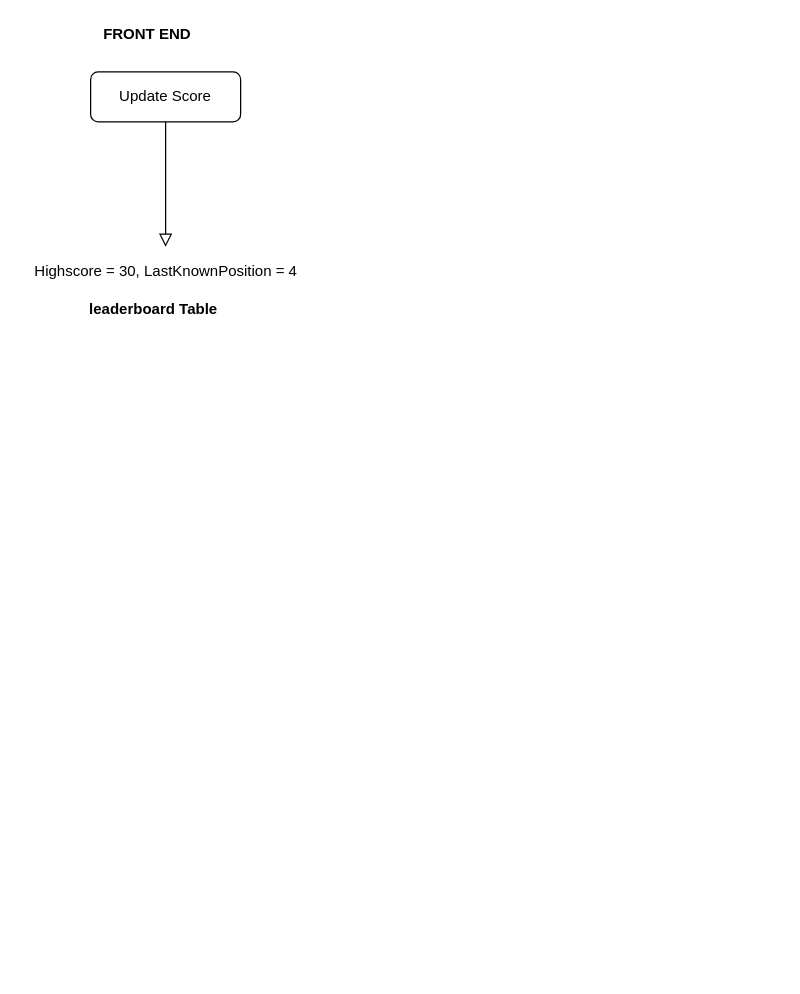
Above: leaderboard-changes-email.drawio in heshanWick/superglu-diagrams (draw.io), before the change. Source tidied: cells renumbered, new cells numbered last; positions are measured from the earlier drawing's top-left corner, leaving out a move shared by most shapes. Both pictures are drawn from the tidied source at 125%, with x=0, y=0 at pixel (21, 21).
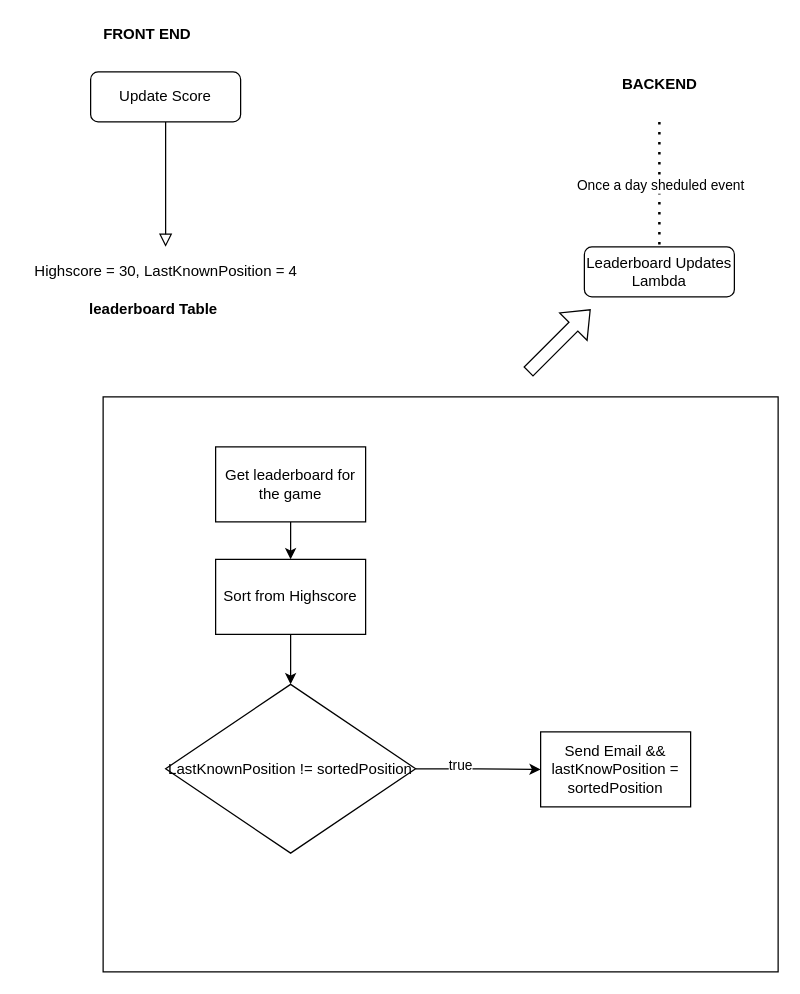
The same page after the edit.

Change to the diagram source:
```diff
@@
+    <mxCell id="7" value="BACKEND" style="text;html=1;align=center;verticalAlign=middle;strokeColor=none;fillColor=none;fontStyle=1;" parent="1" vertex="1">
+      <mxGeometry x="475" y="40" width="70" height="20" as="geometry" />
+    </mxCell>
+    <mxCell id="8" value="Leaderboard Updates Lambda" style="rounded=1;whiteSpace=wrap;html=1;fontSize=12;glass=0;strokeWidth=1;shadow=0;" parent="1" vertex="1">
+      <mxGeometry x="450" y="180" width="120" height="40" as="geometry" />
+    </mxCell>
+    <mxCell id="9" style="endArrow=none;dashed=1;html=1;dashPattern=1 3;strokeWidth=2;rounded=0;entryX=0.5;entryY=0;entryDx=0;entryDy=0;" parent="1" edge="1" target="8">
+      <mxGeometry relative="1" as="geometry">
+        <mxPoint x="510" y="80" as="sourcePoint" />
+      </mxGeometry>
+    </mxCell>
+    <mxCell id="10" value="Once a day sheduled event" style="edgeLabel;html=1;align=center;verticalAlign=middle;" parent="9" vertex="1">
+      <mxGeometry x="-0.38" relative="1" as="geometry">
+        <mxPoint y="19" as="offset" />
+      </mxGeometry>
+    </mxCell>
+    <mxCell id="11" style="shape=flexArrow;endArrow=classic;html=1;rounded=0;" parent="1" edge="1">
+      <mxGeometry relative="1" as="geometry">
+        <mxPoint x="405" y="280" as="sourcePoint" />
+        <mxPoint x="455" y="230" as="targetPoint" />
+      </mxGeometry>
+    </mxCell>
+    <mxCell id="12" style="rounded=0;whiteSpace=wrap;html=1;fillColor=none;" parent="1" vertex="1">
+      <mxGeometry x="65" y="300" width="540" height="460" as="geometry" />
+    </mxCell>
+    <mxCell id="13" style="edgeStyle=orthogonalEdgeStyle;rounded=0;jettySize=auto;html=1;" parent="1" edge="1" source="14" target="16">
+      <mxGeometry relative="1" as="geometry" />
+    </mxCell>
+    <mxCell id="14" value="Get leaderboard for the game" style="rounded=0;whiteSpace=wrap;html=1;fillColor=none;" parent="1" vertex="1">
+      <mxGeometry x="155" y="340" width="120" height="60" as="geometry" />
+    </mxCell>
+    <mxCell id="15" style="edgeStyle=orthogonalEdgeStyle;rounded=0;jettySize=auto;html=1;" parent="1" edge="1" source="16" target="19">
+      <mxGeometry relative="1" as="geometry" />
+    </mxCell>
+    <mxCell id="16" value="Sort from Highscore" style="rounded=0;whiteSpace=wrap;html=1;fillColor=none;" parent="1" vertex="1">
+      <mxGeometry x="155" y="430" width="120" height="60" as="geometry" />
+    </mxCell>
+    <mxCell id="17" style="edgeStyle=orthogonalEdgeStyle;rounded=0;jettySize=auto;html=1;" parent="1" edge="1" source="19" target="20">
+      <mxGeometry relative="1" as="geometry" />
+    </mxCell>
+    <mxCell id="18" value="true" style="edgeLabel;html=1;align=center;verticalAlign=middle;" parent="17" vertex="1">
+      <mxGeometry x="-0.3" y="4" relative="1" as="geometry">
+        <mxPoint y="1" as="offset" />
+      </mxGeometry>
+    </mxCell>
+    <mxCell id="19" value="LastKnownPosition != sortedPosition" style="rhombus;whiteSpace=wrap;html=1;fillColor=none;" parent="1" vertex="1">
+      <mxGeometry x="115" y="530" width="200" height="135" as="geometry" />
+    </mxCell>
+    <mxCell id="20" value="&lt;div&gt;Send Email &amp;amp;&amp;amp; &lt;br&gt;&lt;/div&gt;&lt;div&gt;lastKnowPosition = sortedPosition&lt;br&gt;&lt;/div&gt;" style="rounded=0;whiteSpace=wrap;html=1;fillColor=none;" parent="1" vertex="1">
+      <mxGeometry x="415" y="568" width="120" height="60" as="geometry" />
+    </mxCell>
```
